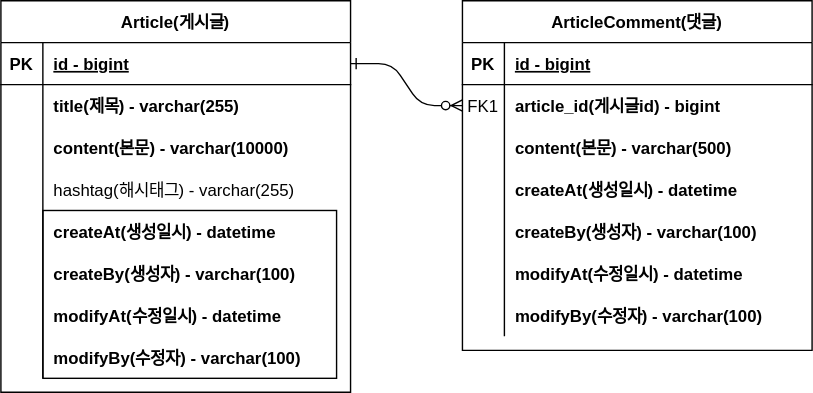
Above: document/ERD.svg in kke3927/board (draw.io), before the change. Source tidied: cells renumbered, new cells last; positions are measured from the earlier drawing's top-left corner, leaving out a move shared by most shapes.
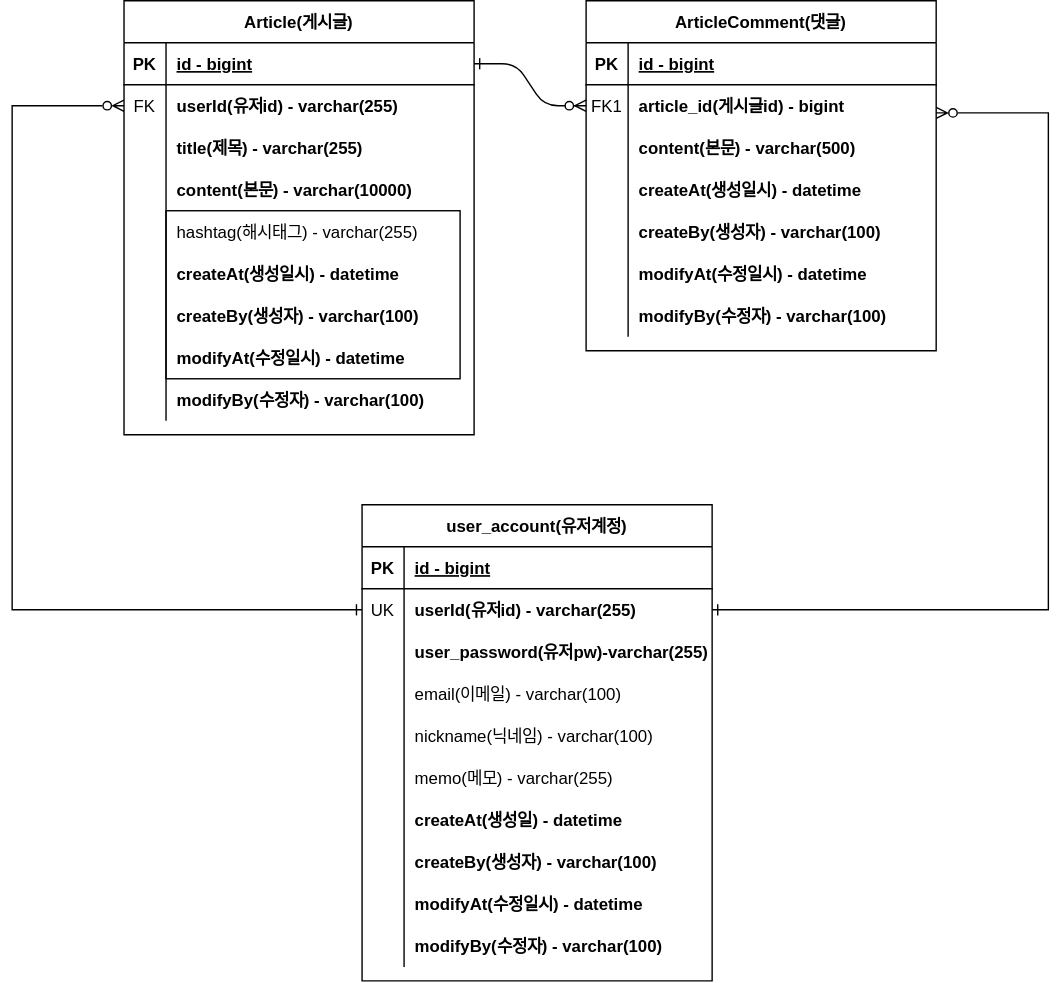
Later version of the same file.

Diff of the diagram source:
```diff
@@ -74,8 +74,101 @@
     <mxCell id="25" value="modifyBy(수정자) - varchar(100)" style="shape=partialRectangle;overflow=hidden;fillColor=none;top=0;left=0;bottom=0;right=0;align=left;spacingLeft=6;fontStyle=1;" parent="23" vertex="1">
       <mxGeometry x="30" width="220" height="30" as="geometry" />
     </mxCell>
+    <mxCell id="51" value="user_account(유저계정)" style="shape=table;startSize=30;rowLines=0;fontStyle=1;align=center;" parent="1" vertex="1">
+      <mxGeometry x="170" y="360" width="250" height="340" as="geometry" />
+    </mxCell>
+    <mxCell id="52" style="shape=partialRectangle;fillColor=none;top=0;left=0;right=0;bottom=1;" parent="51" vertex="1">
+      <mxGeometry y="30" width="250" height="30" as="geometry" />
+    </mxCell>
+    <mxCell id="53" value="PK" style="shape=partialRectangle;overflow=hidden;fillColor=none;top=0;left=0;bottom=0;right=0;fontStyle=1;" parent="52" vertex="1">
+      <mxGeometry width="30" height="30" as="geometry" />
+    </mxCell>
+    <mxCell id="54" value="id - bigint" style="shape=partialRectangle;overflow=hidden;fillColor=none;top=0;left=0;bottom=0;right=0;align=left;spacingLeft=6;fontStyle=5;" parent="52" vertex="1">
+      <mxGeometry x="30" width="220" height="30" as="geometry" />
+    </mxCell>
+    <mxCell id="55" style="shape=partialRectangle;fillColor=none;points=[[0,0.5],[1,0.5]];portConstraint=eastwest;top=0;left=0;right=0;bottom=0;" parent="51" vertex="1">
+      <mxGeometry y="60" width="250" height="30" as="geometry" />
+    </mxCell>
+    <mxCell id="56" value="UK" style="shape=partialRectangle;overflow=hidden;fillColor=none;top=0;left=0;bottom=0;right=0;" parent="55" vertex="1">
+      <mxGeometry width="30" height="30" as="geometry" />
+    </mxCell>
+    <mxCell id="57" value="userId(유저id) - varchar(255)" style="shape=partialRectangle;overflow=hidden;fillColor=none;top=0;left=0;bottom=0;right=0;align=left;spacingLeft=6;fontStyle=1;" parent="55" vertex="1">
+      <mxGeometry x="30" width="220" height="30" as="geometry" />
+    </mxCell>
+    <mxCell id="58" style="shape=partialRectangle;fillColor=none;top=0;left=0;right=0;bottom=0;" parent="51" vertex="1">
+      <mxGeometry y="90" width="250" height="30" as="geometry" />
+    </mxCell>
+    <mxCell id="59" style="shape=partialRectangle;overflow=hidden;fillColor=none;top=0;left=0;bottom=0;right=0;" parent="58" vertex="1">
+      <mxGeometry width="30" height="30" as="geometry" />
+    </mxCell>
+    <mxCell id="60" value="user_password(유저pw)-varchar(255)" style="shape=partialRectangle;overflow=hidden;fillColor=none;top=0;left=0;bottom=0;right=0;align=left;spacingLeft=6;fontStyle=1;" parent="58" vertex="1">
+      <mxGeometry x="30" width="220" height="30" as="geometry" />
+    </mxCell>
+    <mxCell id="61" style="shape=partialRectangle;fillColor=none;top=0;left=0;right=0;bottom=0;" parent="51" vertex="1">
+      <mxGeometry y="120" width="250" height="30" as="geometry" />
+    </mxCell>
+    <mxCell id="62" style="shape=partialRectangle;overflow=hidden;fillColor=none;top=0;left=0;bottom=0;right=0;" parent="61" vertex="1">
+      <mxGeometry width="30" height="30" as="geometry" />
+    </mxCell>
+    <mxCell id="63" value="email(이메일) - varchar(100)" style="shape=partialRectangle;overflow=hidden;fillColor=none;top=0;left=0;bottom=0;right=0;align=left;spacingLeft=6;fontStyle=0;" parent="61" vertex="1">
+      <mxGeometry x="30" width="220" height="30" as="geometry" />
+    </mxCell>
+    <mxCell id="64" style="shape=partialRectangle;fillColor=none;top=0;left=0;right=0;bottom=0;" parent="51" vertex="1">
+      <mxGeometry y="150" width="250" height="30" as="geometry" />
+    </mxCell>
+    <mxCell id="65" style="shape=partialRectangle;overflow=hidden;fillColor=none;top=0;left=0;bottom=0;right=0;" parent="64" vertex="1">
+      <mxGeometry width="30" height="30" as="geometry" />
+    </mxCell>
+    <mxCell id="66" value="nickname(닉네임) - varchar(100)" style="shape=partialRectangle;overflow=hidden;fillColor=none;top=0;left=0;bottom=0;right=0;align=left;spacingLeft=6;fontStyle=0;" parent="64" vertex="1">
+      <mxGeometry x="30" width="220" height="30" as="geometry" />
+    </mxCell>
+    <mxCell id="67" style="shape=partialRectangle;fillColor=none;top=0;left=0;right=0;bottom=0;" parent="51" vertex="1">
+      <mxGeometry y="180" width="250" height="30" as="geometry" />
+    </mxCell>
+    <mxCell id="68" style="shape=partialRectangle;overflow=hidden;fillColor=none;top=0;left=0;bottom=0;right=0;" parent="67" vertex="1">
+      <mxGeometry width="30" height="30" as="geometry" />
+    </mxCell>
+    <mxCell id="69" value="memo(메모) - varchar(255)" style="shape=partialRectangle;overflow=hidden;fillColor=none;top=0;left=0;bottom=0;right=0;align=left;spacingLeft=6;fontStyle=0;" parent="67" vertex="1">
+      <mxGeometry x="30" width="220" height="30" as="geometry" />
+    </mxCell>
+    <mxCell id="70" style="shape=partialRectangle;fillColor=none;top=0;left=0;right=0;bottom=0;" parent="51" vertex="1">
+      <mxGeometry y="210" width="250" height="30" as="geometry" />
+    </mxCell>
+    <mxCell id="71" style="shape=partialRectangle;overflow=hidden;fillColor=none;top=0;left=0;bottom=0;right=0;" parent="70" vertex="1">
+      <mxGeometry width="30" height="30" as="geometry" />
+    </mxCell>
+    <mxCell id="72" value="createAt(생성일) - datetime" style="shape=partialRectangle;overflow=hidden;fillColor=none;top=0;left=0;bottom=0;right=0;align=left;spacingLeft=6;fontStyle=1;" parent="70" vertex="1">
+      <mxGeometry x="30" width="220" height="30" as="geometry" />
+    </mxCell>
+    <mxCell id="73" style="shape=partialRectangle;fillColor=none;top=0;left=0;right=0;bottom=0;" parent="51" vertex="1">
+      <mxGeometry y="240" width="250" height="30" as="geometry" />
+    </mxCell>
+    <mxCell id="74" style="shape=partialRectangle;overflow=hidden;fillColor=none;top=0;left=0;bottom=0;right=0;" parent="73" vertex="1">
+      <mxGeometry width="30" height="30" as="geometry" />
+    </mxCell>
+    <mxCell id="75" value="createBy(생성자) - varchar(100)" style="shape=partialRectangle;overflow=hidden;fillColor=none;top=0;left=0;bottom=0;right=0;align=left;spacingLeft=6;fontStyle=1;" parent="73" vertex="1">
+      <mxGeometry x="30" width="220" height="30" as="geometry" />
+    </mxCell>
+    <mxCell id="76" style="shape=partialRectangle;fillColor=none;top=0;left=0;right=0;bottom=0;" parent="51" vertex="1">
+      <mxGeometry y="270" width="250" height="30" as="geometry" />
+    </mxCell>
+    <mxCell id="77" style="shape=partialRectangle;overflow=hidden;fillColor=none;top=0;left=0;bottom=0;right=0;" parent="76" vertex="1">
+      <mxGeometry width="30" height="30" as="geometry" />
+    </mxCell>
+    <mxCell id="78" value="modifyAt(수정일시) - datetime" style="shape=partialRectangle;overflow=hidden;fillColor=none;top=0;left=0;bottom=0;right=0;align=left;spacingLeft=6;fontStyle=1;" parent="76" vertex="1">
+      <mxGeometry x="30" width="220" height="30" as="geometry" />
+    </mxCell>
+    <mxCell id="79" style="shape=partialRectangle;fillColor=none;top=0;left=0;right=0;bottom=0;" parent="51" vertex="1">
+      <mxGeometry y="300" width="250" height="30" as="geometry" />
+    </mxCell>
+    <mxCell id="80" style="shape=partialRectangle;overflow=hidden;fillColor=none;top=0;left=0;bottom=0;right=0;" parent="79" vertex="1">
+      <mxGeometry width="30" height="30" as="geometry" />
+    </mxCell>
+    <mxCell id="81" value="modifyBy(수정자) - varchar(100)" style="shape=partialRectangle;overflow=hidden;fillColor=none;top=0;left=0;bottom=0;right=0;align=left;spacingLeft=6;fontStyle=1;" parent="79" vertex="1">
+      <mxGeometry x="30" width="220" height="30" as="geometry" />
+    </mxCell>
     <mxCell id="26" value="Article(게시글)" style="shape=table;startSize=30;rowLines=0;fontStyle=1;align=center;" parent="1" vertex="1">
-      <mxGeometry width="250" height="280" as="geometry" />
+      <mxGeometry width="250" height="310" as="geometry" />
     </mxCell>
     <mxCell id="27" style="shape=partialRectangle;fillColor=none;points=[[0,0.5],[1,0.5]];portConstraint=eastwest;top=0;left=0;right=0;bottom=1;" parent="26" vertex="1">
       <mxGeometry y="30" width="250" height="30" as="geometry" />
@@ -89,14 +182,23 @@
     <mxCell id="30" style="shape=partialRectangle;fillColor=none;points=[[0,0.5],[1,0.5]];portConstraint=eastwest;top=0;left=0;right=0;bottom=0;" parent="26" vertex="1">
       <mxGeometry y="60" width="250" height="30" as="geometry" />
     </mxCell>
-    <mxCell id="31" style="shape=partialRectangle;overflow=hidden;fillColor=none;top=0;left=0;bottom=0;right=0;" parent="30" vertex="1">
+    <mxCell id="31" value="FK" style="shape=partialRectangle;overflow=hidden;fillColor=none;top=0;left=0;bottom=0;right=0;" parent="30" vertex="1">
       <mxGeometry width="30" height="30" as="geometry" />
     </mxCell>
-    <mxCell id="32" value="title(제목) - varchar(255)" style="shape=partialRectangle;overflow=hidden;fillColor=none;top=0;left=0;bottom=0;right=0;align=left;spacingLeft=6;fontStyle=1;" parent="30" vertex="1">
+    <mxCell id="32" value="userId(유저id) - varchar(255)" style="shape=partialRectangle;overflow=hidden;fillColor=none;top=0;left=0;bottom=0;right=0;align=left;spacingLeft=6;fontStyle=1;" parent="30" vertex="1">
       <mxGeometry x="30" width="220" height="30" as="geometry" />
     </mxCell>
+    <mxCell id="82" style="shape=partialRectangle;fillColor=none;top=0;left=0;right=0;bottom=0;" parent="26" vertex="1">
+      <mxGeometry y="90" width="250" height="30" as="geometry" />
+    </mxCell>
+    <mxCell id="83" style="shape=partialRectangle;overflow=hidden;fillColor=none;top=0;left=0;bottom=0;right=0;" parent="82" vertex="1">
+      <mxGeometry width="30" height="30" as="geometry" />
+    </mxCell>
+    <mxCell id="84" value="title(제목) - varchar(255)" style="shape=partialRectangle;overflow=hidden;fillColor=none;top=0;left=0;bottom=0;right=0;align=left;spacingLeft=6;fontStyle=1;" parent="82" vertex="1">
+      <mxGeometry x="30" width="220" height="30" as="geometry" />
+    </mxCell>
     <mxCell id="33" style="shape=partialRectangle;fillColor=none;top=0;left=0;right=0;bottom=0;" parent="26" vertex="1">
-      <mxGeometry y="90" width="250" height="30" as="geometry" />
+      <mxGeometry y="120" width="250" height="30" as="geometry" />
     </mxCell>
     <mxCell id="34" style="shape=partialRectangle;overflow=hidden;fillColor=none;top=0;left=0;bottom=0;right=0;" parent="33" vertex="1">
       <mxGeometry width="30" height="30" as="geometry" />
@@ -105,7 +207,7 @@
       <mxGeometry x="30" width="220" height="30" as="geometry" />
     </mxCell>
     <mxCell id="36" style="shape=partialRectangle;fillColor=none;top=0;left=0;right=0;bottom=0;" parent="26" vertex="1">
-      <mxGeometry y="120" width="250" height="30" as="geometry" />
+      <mxGeometry y="150" width="250" height="30" as="geometry" />
     </mxCell>
     <mxCell id="37" style="shape=partialRectangle;overflow=hidden;fillColor=none;top=0;left=0;bottom=0;right=0;" parent="36" vertex="1">
       <mxGeometry width="30" height="30" as="geometry" />
@@ -114,7 +216,7 @@
       <mxGeometry x="30" width="220" height="30" as="geometry" />
     </mxCell>
     <mxCell id="39" style="shape=partialRectangle;fillColor=none;top=0;left=0;right=0;bottom=0;" parent="26" vertex="1">
-      <mxGeometry y="150" width="250" height="30" as="geometry" />
+      <mxGeometry y="180" width="250" height="30" as="geometry" />
     </mxCell>
     <mxCell id="40" style="shape=partialRectangle;overflow=hidden;fillColor=none;top=0;left=0;bottom=0;right=0;" parent="39" vertex="1">
       <mxGeometry width="30" height="30" as="geometry" />
@@ -123,7 +225,7 @@
       <mxGeometry x="30" width="220" height="30" as="geometry" />
     </mxCell>
     <mxCell id="42" style="shape=partialRectangle;fillColor=none;top=0;left=0;right=0;bottom=0;" parent="26" vertex="1">
-      <mxGeometry y="180" width="250" height="30" as="geometry" />
+      <mxGeometry y="210" width="250" height="30" as="geometry" />
     </mxCell>
     <mxCell id="43" style="shape=partialRectangle;overflow=hidden;fillColor=none;top=0;left=0;bottom=0;right=0;" parent="42" vertex="1">
       <mxGeometry width="30" height="30" as="geometry" />
@@ -132,7 +234,7 @@
       <mxGeometry x="30" width="220" height="30" as="geometry" />
     </mxCell>
     <mxCell id="45" style="shape=partialRectangle;fillColor=none;top=0;left=0;right=0;bottom=0;" parent="26" vertex="1">
-      <mxGeometry y="210" width="250" height="30" as="geometry" />
+      <mxGeometry y="240" width="250" height="30" as="geometry" />
     </mxCell>
     <mxCell id="46" style="shape=partialRectangle;overflow=hidden;fillColor=none;top=0;left=0;bottom=0;right=0;" parent="45" vertex="1">
       <mxGeometry width="30" height="30" as="geometry" />
@@ -141,7 +243,7 @@
       <mxGeometry x="30" width="220" height="30" as="geometry" />
     </mxCell>
     <mxCell id="48" style="shape=partialRectangle;fillColor=none;top=0;left=0;right=0;bottom=0;" parent="26" vertex="1">
-      <mxGeometry y="240" width="250" height="30" as="geometry" />
+      <mxGeometry y="270" width="250" height="30" as="geometry" />
     </mxCell>
     <mxCell id="49" style="shape=partialRectangle;overflow=hidden;fillColor=none;top=0;left=0;bottom=0;right=0;" parent="48" vertex="1">
       <mxGeometry width="30" height="30" as="geometry" />
@@ -149,5 +251,21 @@
     <mxCell id="50" value="modifyBy(수정자) - varchar(100)" style="shape=partialRectangle;overflow=hidden;fillColor=none;top=0;left=0;bottom=0;right=0;align=left;spacingLeft=6;fontStyle=1;" parent="48" vertex="1">
       <mxGeometry x="30" width="220" height="30" as="geometry" />
     </mxCell>
+    <mxCell id="85" style="edgeStyle=orthogonalEdgeStyle;rounded=0;jettySize=auto;html=1;exitX=0;exitY=0.5;exitDx=0;exitDy=0;entryX=0;entryY=0.5;entryDx=0;entryDy=0;endArrow=ERzeroToMany;endFill=0;startArrow=ERone;startFill=0;" parent="1" edge="1" source="55" target="30">
+      <mxGeometry relative="1" as="geometry">
+        <Array as="points">
+          <mxPoint x="-80" y="435" />
+          <mxPoint x="-80" y="75" />
+        </Array>
+      </mxGeometry>
+    </mxCell>
+    <mxCell id="86" style="edgeStyle=orthogonalEdgeStyle;rounded=0;jettySize=auto;html=1;exitX=1;exitY=0.5;exitDx=0;exitDy=0;endArrow=ERzeroToMany;endFill=0;startArrow=ERone;startFill=0;" parent="1" edge="1" source="55" target="8">
+      <mxGeometry relative="1" as="geometry">
+        <Array as="points">
+          <mxPoint x="660" y="435" />
+          <mxPoint x="660" y="80" />
+        </Array>
+      </mxGeometry>
+    </mxCell>
   </root>
 </mxGraphModel>
```
